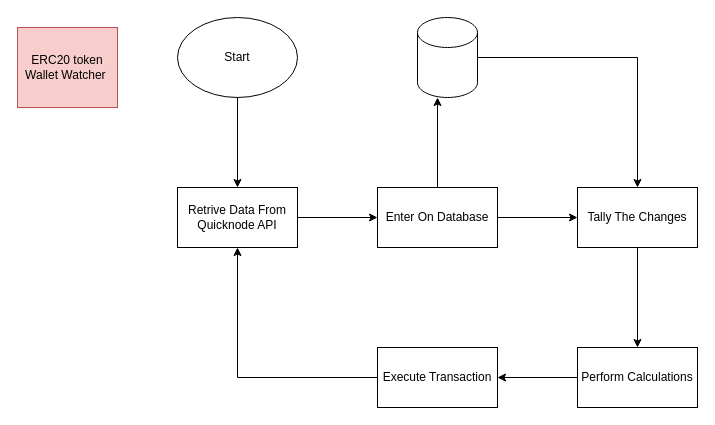
Before: page "ERC-20 Token Tracking Flow" (2 of 4) of Diagram/DesignDiagram.drawio in asmitbhantana/profit-trading-bot, a draw.io diagram. Source tidied: cells renumbered, new cells numbered last; positions are measured from the earlier drawing's top-left corner, leaving out a move shared by most shapes. Both pictures are drawn from the tidied source at 100%, with x=0, y=0 at pixel (17, 17).
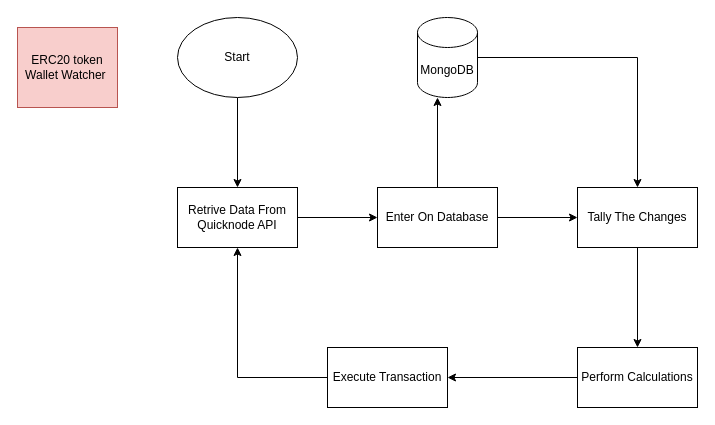
The same diagram, later.

What changed in the source:
```diff
@@
 <mxGraphModel>
   <root>
     <mxCell id="0" />
     <mxCell id="1" parent="0" />
     <mxCell id="2" style="edgeStyle=orthogonalEdgeStyle;rounded=0;jettySize=auto;html=1;" parent="1" edge="1" source="3" target="5">
       <mxGeometry relative="1" as="geometry" />
     </mxCell>
     <mxCell id="3" value="Start" style="ellipse;whiteSpace=wrap;html=1;" parent="1" vertex="1">
       <mxGeometry x="160" width="120" height="80" as="geometry" />
     </mxCell>
     <mxCell id="4" style="edgeStyle=orthogonalEdgeStyle;rounded=0;jettySize=auto;html=1;" parent="1" edge="1" source="5" target="8">
       <mxGeometry relative="1" as="geometry" />
     </mxCell>
     <mxCell id="5" value="Retrive Data From Quicknode API" style="whiteSpace=wrap;html=1;" parent="1" vertex="1">
       <mxGeometry x="160" y="170" width="120" height="60" as="geometry" />
     </mxCell>
     <mxCell id="6" style="edgeStyle=orthogonalEdgeStyle;rounded=0;jettySize=auto;html=1;" parent="1" edge="1" source="8" target="10">
       <mxGeometry relative="1" as="geometry" />
     </mxCell>
     <mxCell id="7" style="edgeStyle=orthogonalEdgeStyle;rounded=0;jettySize=auto;html=1;exitX=0.5;exitY=0;exitDx=0;exitDy=0;" parent="1" edge="1" source="8">
       <mxGeometry relative="1" as="geometry">
         <mxPoint x="420" y="80" as="targetPoint" />
       </mxGeometry>
     </mxCell>
     <mxCell id="8" value="Enter On Database" style="whiteSpace=wrap;html=1;" parent="1" vertex="1">
       <mxGeometry x="360" y="170" width="120" height="60" as="geometry" />
     </mxCell>
     <mxCell id="9" style="edgeStyle=orthogonalEdgeStyle;rounded=0;jettySize=auto;html=1;" parent="1" edge="1" source="10" target="12">
       <mxGeometry relative="1" as="geometry" />
     </mxCell>
     <mxCell id="10" value="Tally The Changes" style="whiteSpace=wrap;html=1;" parent="1" vertex="1">
       <mxGeometry x="560" y="170" width="120" height="60" as="geometry" />
     </mxCell>
     <mxCell id="11" style="edgeStyle=orthogonalEdgeStyle;rounded=0;jettySize=auto;html=1;" parent="1" edge="1" source="12" target="14">
       <mxGeometry relative="1" as="geometry" />
     </mxCell>
     <mxCell id="12" value="Perform Calculations" style="whiteSpace=wrap;html=1;" parent="1" vertex="1">
       <mxGeometry x="560" y="330" width="120" height="60" as="geometry" />
     </mxCell>
     <mxCell id="13" style="edgeStyle=orthogonalEdgeStyle;rounded=0;jettySize=auto;html=1;entryX=0.5;entryY=1;entryDx=0;entryDy=0;" parent="1" edge="1" source="14" target="5">
       <mxGeometry relative="1" as="geometry" />
     </mxCell>
     <mxCell id="14" value="Execute Transaction" style="whiteSpace=wrap;html=1;" parent="1" vertex="1">
-      <mxGeometry x="360" y="330" width="120" height="60" as="geometry" />
+      <mxGeometry x="310" y="330" width="120" height="60" as="geometry" />
     </mxCell>
     <mxCell id="15" style="edgeStyle=orthogonalEdgeStyle;rounded=0;jettySize=auto;html=1;" parent="1" edge="1" source="16" target="10">
       <mxGeometry relative="1" as="geometry" />
     </mxCell>
-    <mxCell id="16" style="shape=cylinder3;whiteSpace=wrap;html=1;boundedLbl=1;backgroundOutline=1;size=15;" parent="1" vertex="1">
+    <mxCell id="16" value="MongoDB" style="shape=cylinder3;whiteSpace=wrap;html=1;boundedLbl=1;backgroundOutline=1;size=15;" parent="1" vertex="1">
       <mxGeometry x="400" width="60" height="80" as="geometry" />
     </mxCell>
     <mxCell id="17" value="ERC20 token Wallet Watcher&amp;nbsp;" style="text;html=1;strokeColor=#b85450;fillColor=#f8cecc;align=center;verticalAlign=middle;whiteSpace=wrap;rounded=0;" parent="1" vertex="1">
       <mxGeometry y="10" width="100" height="80" as="geometry" />
     </mxCell>
   </root>
 </mxGraphModel>
```
